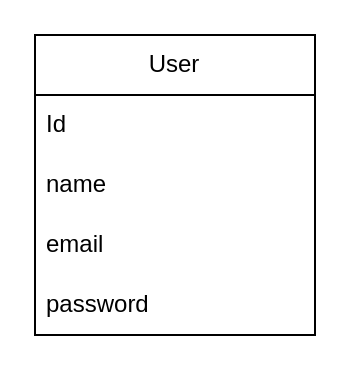
DGarbs51/draw.io keeps this draw.io diagram as diagrams/Child Condition Share Application.drawio. Above is the earlier version. Source tidied: cells renumbered, new cells numbered last; positions are measured from the earlier drawing's top-left corner, leaving out a move shared by most shapes. Both pictures are drawn from the tidied source at 200%, with x=0, y=0 at pixel (34, 34).
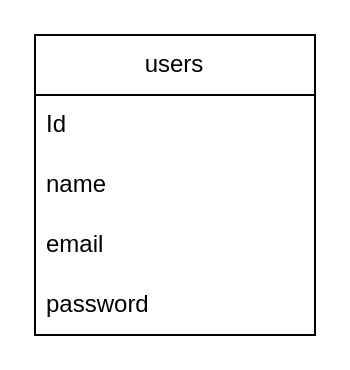
The same diagram, later.

What changed in the source:
```diff
@@
 <mxGraphModel>
   <root>
     <mxCell id="0" />
     <mxCell id="1" parent="0" />
-    <mxCell id="2" value="User" style="swimlane;fontStyle=0;horizontal=1;startSize=30;whiteSpace=wrap;html=1;" parent="1" vertex="1">
+    <mxCell id="2" value="users" style="swimlane;fontStyle=0;horizontal=1;startSize=30;whiteSpace=wrap;html=1;" parent="1" vertex="1">
       <mxGeometry width="140" height="150" as="geometry" />
     </mxCell>
     <mxCell id="3" value="Id" style="text;strokeColor=none;fillColor=none;align=left;verticalAlign=middle;spacingLeft=4;spacingRight=4;overflow=hidden;whiteSpace=wrap;html=1;" parent="2" vertex="1">
       <mxGeometry y="30" width="140" height="30" as="geometry" />
     </mxCell>
     <mxCell id="4" value="name" style="text;strokeColor=none;fillColor=none;align=left;verticalAlign=middle;spacingLeft=4;spacingRight=4;overflow=hidden;whiteSpace=wrap;html=1;" parent="2" vertex="1">
       <mxGeometry y="60" width="140" height="30" as="geometry" />
     </mxCell>
     <mxCell id="5" value="email" style="text;strokeColor=none;fillColor=none;align=left;verticalAlign=middle;spacingLeft=4;spacingRight=4;overflow=hidden;whiteSpace=wrap;html=1;" parent="2" vertex="1">
       <mxGeometry y="90" width="140" height="30" as="geometry" />
     </mxCell>
     <mxCell id="6" value="password" style="text;strokeColor=none;fillColor=none;align=left;verticalAlign=middle;spacingLeft=4;spacingRight=4;overflow=hidden;whiteSpace=wrap;html=1;" parent="2" vertex="1">
       <mxGeometry y="120" width="140" height="30" as="geometry" />
     </mxCell>
   </root>
 </mxGraphModel>
```
